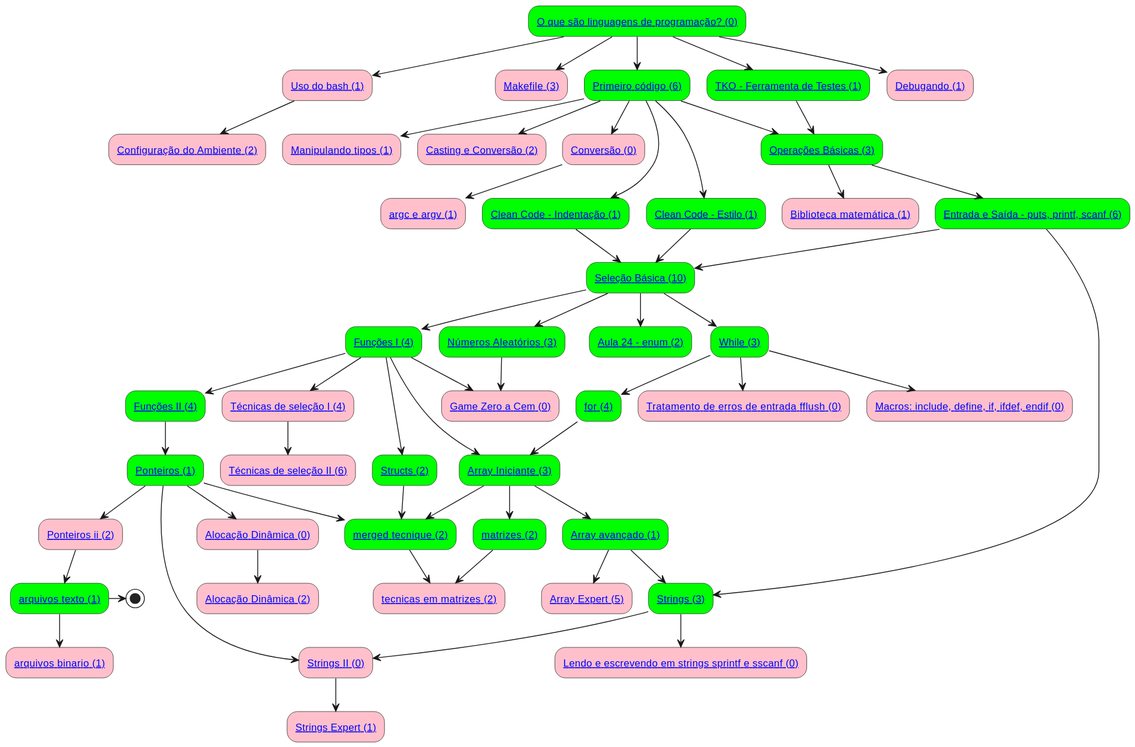
senapk/c_is_fun keeps this PlantUML diagram as graph/graph.svg. Above is the earlier version.
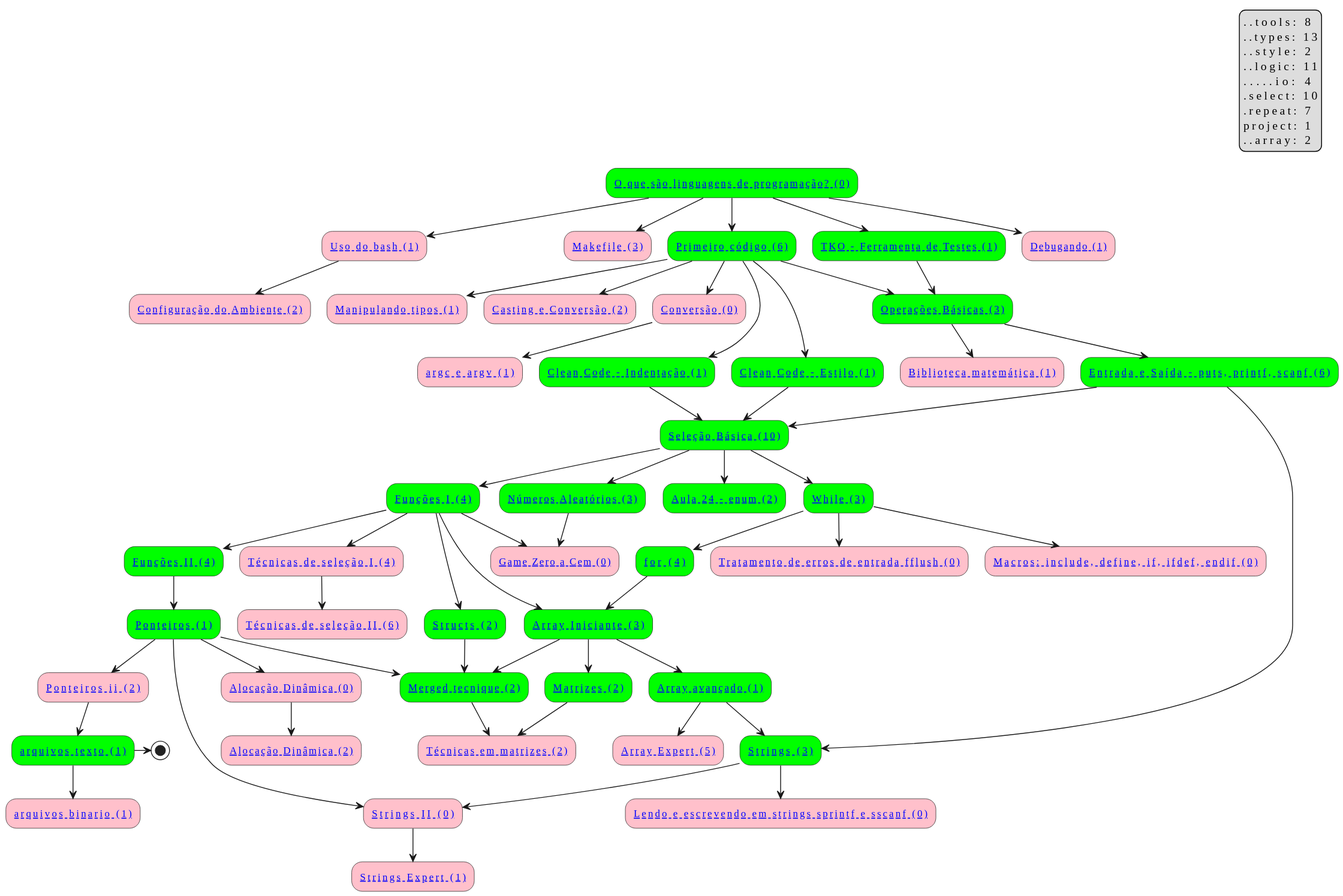
After the commit.

The edit, as a diff of the source:
```diff
@@ -1,4 +1,6 @@
 @startuml
+skinparam defaultFontName Hasklig
+skinparam defaulttextalignment left
 "[[https://github.com/senapk/c_is_fun/blob/main/graph/Readme.md#o-que-são-linguagens-de-programação O que são linguagens de programação? (0)]]" #lime --> "[[https://github.com/senapk/c_is_fun/blob/main/graph/Readme.md#uso-do-bash Uso do bash (1)]]" #pink
 "[[https://github.com/senapk/c_is_fun/blob/main/graph/Readme.md#uso-do-bash Uso do bash (1)]]" #pink --> "[[https://github.com/senapk/c_is_fun/blob/main/graph/Readme.md#configuração-do-ambiente Configuração do Ambiente (2)]]" #pink
 "[[https://github.com/senapk/c_is_fun/blob/main/graph/Readme.md#o-que-são-linguagens-de-programação O que são linguagens de programação? (0)]]" #lime --> "[[https://github.com/senapk/c_is_fun/blob/main/graph/Readme.md#makefile Makefile (3)]]" #pink
@@ -41,12 +43,12 @@
 "[[https://github.com/senapk/c_is_fun/blob/main/graph/Readme.md#strings-ii Strings II (0)]]" #pink --> "[[https://github.com/senapk/c_is_fun/blob/main/graph/Readme.md#strings-expert Strings Expert (1)]]" #pink
 "[[https://github.com/senapk/c_is_fun/blob/main/graph/Readme.md#funções-ii Funções II (4)]]" #lime --> "[[https://github.com/senapk/c_is_fun/blob/main/graph/Readme.md#ponteiros Ponteiros (1)]]" #lime
 "[[https://github.com/senapk/c_is_fun/blob/main/graph/Readme.md#funções-i Funções I (4)]]" #lime --> "[[https://github.com/senapk/c_is_fun/blob/main/graph/Readme.md#structs Structs (2)]]" #lime
-"[[https://github.com/senapk/c_is_fun/blob/main/graph/Readme.md#array-iniciante Array Iniciante (3)]]" #lime --> "[[https://github.com/senapk/c_is_fun/blob/main/graph/Readme.md#matrizes matrizes (2)]]" #lime
-"[[https://github.com/senapk/c_is_fun/blob/main/graph/Readme.md#matrizes matrizes (2)]]" #lime --> "[[https://github.com/senapk/c_is_fun/blob/main/graph/Readme.md#tecnicas-em-matrizes tecnicas em matrizes (2)]]" #pink
-"[[https://github.com/senapk/c_is_fun/blob/main/graph/Readme.md#merged-tecnique merged tecnique (2)]]" #lime --> "[[https://github.com/senapk/c_is_fun/blob/main/graph/Readme.md#tecnicas-em-matrizes tecnicas em matrizes (2)]]" #pink
-"[[https://github.com/senapk/c_is_fun/blob/main/graph/Readme.md#ponteiros Ponteiros (1)]]" #lime --> "[[https://github.com/senapk/c_is_fun/blob/main/graph/Readme.md#merged-tecnique merged tecnique (2)]]" #lime
-"[[https://github.com/senapk/c_is_fun/blob/main/graph/Readme.md#array-iniciante Array Iniciante (3)]]" #lime --> "[[https://github.com/senapk/c_is_fun/blob/main/graph/Readme.md#merged-tecnique merged tecnique (2)]]" #lime
-"[[https://github.com/senapk/c_is_fun/blob/main/graph/Readme.md#structs Structs (2)]]" #lime --> "[[https://github.com/senapk/c_is_fun/blob/main/graph/Readme.md#merged-tecnique merged tecnique (2)]]" #lime
+"[[https://github.com/senapk/c_is_fun/blob/main/graph/Readme.md#array-iniciante Array Iniciante (3)]]" #lime --> "[[https://github.com/senapk/c_is_fun/blob/main/graph/Readme.md#matrizes Matrizes (2)]]" #lime
+"[[https://github.com/senapk/c_is_fun/blob/main/graph/Readme.md#matrizes Matrizes (2)]]" #lime --> "[[https://github.com/senapk/c_is_fun/blob/main/graph/Readme.md#técnicas-em-matrizes Técnicas em matrizes (2)]]" #pink
+"[[https://github.com/senapk/c_is_fun/blob/main/graph/Readme.md#merged-tecnique Merged tecnique (2)]]" #lime --> "[[https://github.com/senapk/c_is_fun/blob/main/graph/Readme.md#técnicas-em-matrizes Técnicas em matrizes (2)]]" #pink
+"[[https://github.com/senapk/c_is_fun/blob/main/graph/Readme.md#ponteiros Ponteiros (1)]]" #lime --> "[[https://github.com/senapk/c_is_fun/blob/main/graph/Readme.md#merged-tecnique Merged tecnique (2)]]" #lime
+"[[https://github.com/senapk/c_is_fun/blob/main/graph/Readme.md#array-iniciante Array Iniciante (3)]]" #lime --> "[[https://github.com/senapk/c_is_fun/blob/main/graph/Readme.md#merged-tecnique Merged tecnique (2)]]" #lime
+"[[https://github.com/senapk/c_is_fun/blob/main/graph/Readme.md#structs Structs (2)]]" #lime --> "[[https://github.com/senapk/c_is_fun/blob/main/graph/Readme.md#merged-tecnique Merged tecnique (2)]]" #lime
 "[[https://github.com/senapk/c_is_fun/blob/main/graph/Readme.md#seleção-básica Seleção Básica (10)]]" #lime --> "[[https://github.com/senapk/c_is_fun/blob/main/graph/Readme.md#aula-24---enum Aula 24 - enum (2)]]" #lime
 "[[https://github.com/senapk/c_is_fun/blob/main/graph/Readme.md#ponteiros Ponteiros (1)]]" #lime --> "[[https://github.com/senapk/c_is_fun/blob/main/graph/Readme.md#ponteiros-ii Ponteiros ii (2)]]" #pink
 "[[https://github.com/senapk/c_is_fun/blob/main/graph/Readme.md#ponteiros Ponteiros (1)]]" #lime --> "[[https://github.com/senapk/c_is_fun/blob/main/graph/Readme.md#alocação-dinâmica Alocação Dinâmica (0)]]" #pink
@@ -54,4 +56,15 @@
 "[[https://github.com/senapk/c_is_fun/blob/main/graph/Readme.md#ponteiros-ii Ponteiros ii (2)]]" #pink --> "[[https://github.com/senapk/c_is_fun/blob/main/graph/Readme.md#arquivos-texto arquivos texto (1)]]" #lime
 "[[https://github.com/senapk/c_is_fun/blob/main/graph/Readme.md#arquivos-texto arquivos texto (1)]]" #lime --> "[[https://github.com/senapk/c_is_fun/blob/main/graph/Readme.md#arquivos-binario arquivos binario (1)]]" #pink
 "[[https://github.com/senapk/c_is_fun/blob/main/graph/Readme.md#arquivos-texto arquivos texto (1)]]" #lime -> (*)
+legend top right
+  ..tools: 8
+  ..types: 13
+  ..style: 2
+  ..logic: 11
+  .....io: 4
+  .select: 10
+  .repeat: 7
+  project: 1
+  ..array: 2
+end legend
 @enduml
```
